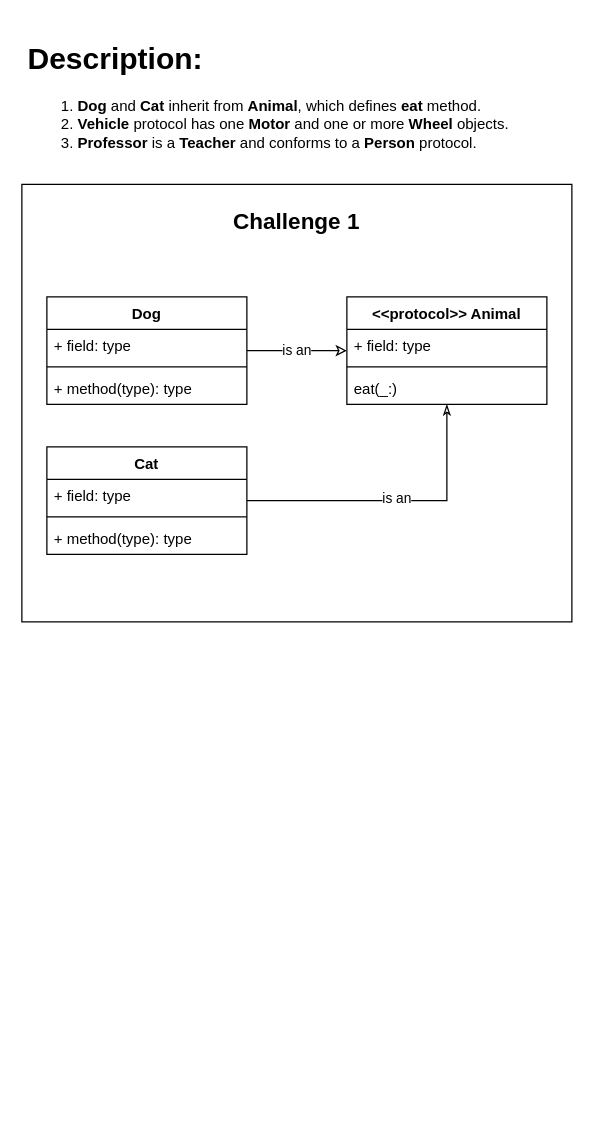
This is page "Challenge" (2 of 2) of Class Diagram.drawio from tla-trebla/Class-Diagram, a draw.io file, before an edit. Source tidied: cells renumbered, new cells numbered last; positions are measured from the earlier drawing's top-left corner, leaving out a move shared by most shapes. Both pictures are drawn from the tidied source at 125%, with x=0, y=0 at pixel (21, 34).
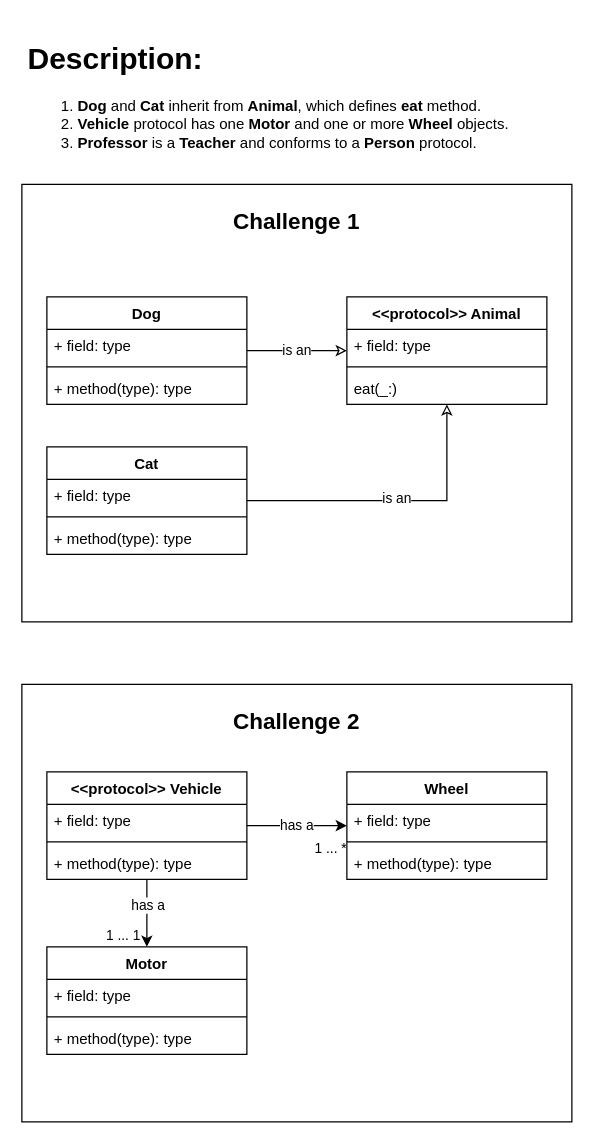
The same page after the edit.

Commit message:
Finished Challenge 2.

Created a protocol class diagram named "Vehicle", and two class diagram named "Motor" and "Wheel".

"Vehicle" protocol class diagram has a "Motor", and a one or many "Wheel" / "Wheels".

Unchanged cells that the change refers to:
```xml
<mxCell id="11" value="Cat" style="swimlane;fontStyle=1;align=center;verticalAlign=top;horizontal=1;startSize=26;" parent="1" vertex="1">
  <mxGeometry x="20" y="330" width="160" height="86" as="geometry" />
</mxCell>
<mxCell id="15" value="&lt;&lt;protocol&gt;&gt; Animal" style="swimlane;fontStyle=1;align=center;verticalAlign=top;horizontal=1;startSize=26;" parent="1" vertex="1">
  <mxGeometry x="260" y="210" width="160" height="86" as="geometry" />
</mxCell>
```

What changed in the source:
```diff
@@
-    <mxCell id="9" style="edgeStyle=orthogonalEdgeStyle;rounded=0;jettySize=auto;html=1;endArrow=classicThin;endFill=0;" parent="1" edge="1" source="11" target="15">
+    <mxCell id="9" style="edgeStyle=orthogonalEdgeStyle;rounded=0;jettySize=auto;html=1;endArrow=classic;endFill=0;" parent="1" edge="1" source="11" target="15">
       <mxGeometry relative="1" as="geometry" />
     </mxCell>
@@
+    <mxCell id="20" style="rounded=0;whiteSpace=wrap;html=1;" parent="1" vertex="1">
+      <mxGeometry y="520" width="440" height="350" as="geometry" />
+    </mxCell>
+    <mxCell id="21" value="&lt;h2&gt;Challenge 2&lt;/h2&gt;" style="text;html=1;strokeColor=none;fillColor=none;align=center;verticalAlign=middle;whiteSpace=wrap;rounded=0;" parent="1" vertex="1">
+      <mxGeometry x="140" y="540" width="160" height="20" as="geometry" />
+    </mxCell>
+    <mxCell id="22" style="edgeStyle=orthogonalEdgeStyle;rounded=0;jettySize=auto;html=1;endArrow=classic;endFill=1;" parent="1" edge="1" source="27" target="31">
+      <mxGeometry relative="1" as="geometry" />
+    </mxCell>
+    <mxCell id="23" value="has a" style="edgeLabel;html=1;align=center;verticalAlign=middle;" parent="22" vertex="1">
+      <mxGeometry x="-0.26" relative="1" as="geometry" />
+    </mxCell>
+    <mxCell id="24" value="1 ... 1" style="edgeLabel;html=1;align=center;verticalAlign=middle;" parent="22" vertex="1">
+      <mxGeometry x="0.44" y="-1" relative="1" as="geometry">
+        <mxPoint x="-19" y="5" as="offset" />
+      </mxGeometry>
+    </mxCell>
+    <mxCell id="25" value="has a" style="edgeStyle=orthogonalEdgeStyle;rounded=0;jettySize=auto;html=1;endArrow=classic;endFill=1;" parent="1" edge="1" source="27" target="35">
+      <mxGeometry relative="1" as="geometry" />
+    </mxCell>
+    <mxCell id="26" value="1 ... *" style="edgeLabel;html=1;align=center;verticalAlign=middle;" parent="25" vertex="1">
+      <mxGeometry x="0.65" relative="1" as="geometry">
+        <mxPoint y="17" as="offset" />
+      </mxGeometry>
+    </mxCell>
+    <mxCell id="27" value="&lt;&lt;protocol&gt;&gt; Vehicle" style="swimlane;fontStyle=1;align=center;verticalAlign=top;horizontal=1;startSize=26;" parent="1" vertex="1">
+      <mxGeometry x="20" y="590" width="160" height="86" as="geometry" />
+    </mxCell>
+    <mxCell id="28" value="+ field: type" style="text;strokeColor=none;fillColor=none;align=left;verticalAlign=top;spacingLeft=4;spacingRight=4;overflow=hidden;" parent="27" vertex="1">
+      <mxGeometry y="26" width="160" height="26" as="geometry" />
+    </mxCell>
+    <mxCell id="29" style="line;strokeWidth=1;fillColor=none;align=left;verticalAlign=middle;spacingTop=-1;spacingLeft=3;spacingRight=3;labelPosition=right;" parent="27" vertex="1">
+      <mxGeometry y="52" width="160" height="8" as="geometry" />
+    </mxCell>
+    <mxCell id="30" value="+ method(type): type" style="text;strokeColor=none;fillColor=none;align=left;verticalAlign=top;spacingLeft=4;spacingRight=4;overflow=hidden;" parent="27" vertex="1">
+      <mxGeometry y="60" width="160" height="26" as="geometry" />
+    </mxCell>
+    <mxCell id="31" value="Motor" style="swimlane;fontStyle=1;align=center;verticalAlign=top;horizontal=1;startSize=26;" parent="1" vertex="1">
+      <mxGeometry x="20" y="730" width="160" height="86" as="geometry" />
+    </mxCell>
+    <mxCell id="32" value="+ field: type" style="text;strokeColor=none;fillColor=none;align=left;verticalAlign=top;spacingLeft=4;spacingRight=4;overflow=hidden;" parent="31" vertex="1">
+      <mxGeometry y="26" width="160" height="26" as="geometry" />
+    </mxCell>
+    <mxCell id="33" style="line;strokeWidth=1;fillColor=none;align=left;verticalAlign=middle;spacingTop=-1;spacingLeft=3;spacingRight=3;labelPosition=right;" parent="31" vertex="1">
+      <mxGeometry y="52" width="160" height="8" as="geometry" />
+    </mxCell>
+    <mxCell id="34" value="+ method(type): type" style="text;strokeColor=none;fillColor=none;align=left;verticalAlign=top;spacingLeft=4;spacingRight=4;overflow=hidden;" parent="31" vertex="1">
+      <mxGeometry y="60" width="160" height="26" as="geometry" />
+    </mxCell>
+    <mxCell id="35" value="Wheel" style="swimlane;fontStyle=1;align=center;verticalAlign=top;horizontal=1;startSize=26;" parent="1" vertex="1">
+      <mxGeometry x="260" y="590" width="160" height="86" as="geometry" />
+    </mxCell>
+    <mxCell id="36" value="+ field: type" style="text;strokeColor=none;fillColor=none;align=left;verticalAlign=top;spacingLeft=4;spacingRight=4;overflow=hidden;" parent="35" vertex="1">
+      <mxGeometry y="26" width="160" height="26" as="geometry" />
+    </mxCell>
+    <mxCell id="37" style="line;strokeWidth=1;fillColor=none;align=left;verticalAlign=middle;spacingTop=-1;spacingLeft=3;spacingRight=3;labelPosition=right;" parent="35" vertex="1">
+      <mxGeometry y="52" width="160" height="8" as="geometry" />
+    </mxCell>
+    <mxCell id="38" value="+ method(type): type" style="text;strokeColor=none;fillColor=none;align=left;verticalAlign=top;spacingLeft=4;spacingRight=4;overflow=hidden;" parent="35" vertex="1">
+      <mxGeometry y="60" width="160" height="26" as="geometry" />
+    </mxCell>
```
